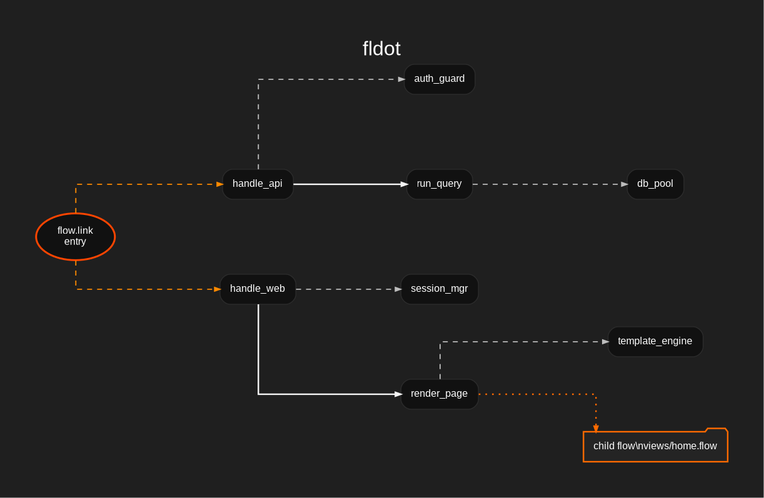
kaisarcode/fldot keeps this Graphviz diagram as etc/example.png. Above is the earlier version. Its source is kept beside it as etc/example.dot. Source of this version:
```dot
digraph "fldot" {
  graph [rankdir=LR, bgcolor="#1f1f1f", fontname="Arial", fontcolor="#ffffff", label="fldot", labelloc=t, fontsize=24, pad=0.6, nodesep=1.25, ranksep=1.75, splines=ortho];
  node [shape=box, style="rounded,filled", fillcolor="#111111", color="#2c2c2c", fontname="Arial", fontcolor="#ffffff", fontsize=12, margin="0.16,0.10"];
  edge [arrowsize=0.65, penwidth=1.2];
"flow:entry" [label="flow.link\nentry", shape=oval, fillcolor="#111111", color="#ff4500", penwidth=2.2];
"node:handle_api" [label="handle_api"];
"node:auth_guard" [label="auth_guard"];
"node:run_query" [label="run_query"];
"node:handle_web" [label="handle_web"];
"node:session_mgr" [label="session_mgr"];
"node:render_page" [label="render_page"];
"node:db_pool" [label="db_pool"];
"node:template_engine" [label="template_engine"];
"file:views/home.flow" [label="child flow\\nviews/home.flow", shape=folder, fillcolor="#242424", color="#ff6a00", penwidth=1.8];
"flow:entry" -> "node:handle_api" [style=dashed, color="#ff8a00", penwidth=1.35];
"flow:entry" -> "node:handle_web" [style=dashed, color="#ff8a00", penwidth=1.35];
"node:handle_api" -> "node:auth_guard" [style=dashed, color="#bdbdbd", penwidth=1.35];
"node:handle_api" -> "node:run_query" [color="#f5f5f5", penwidth=1.8];
"node:handle_web" -> "node:session_mgr" [style=dashed, color="#bdbdbd", penwidth=1.35];
"node:handle_web" -> "node:render_page" [color="#f5f5f5", penwidth=1.8];
"node:run_query" -> "node:db_pool" [style=dashed, color="#bdbdbd", penwidth=1.35];
"node:render_page" -> "file:views/home.flow" [style=dotted, color="#ff6a00", penwidth=1.8];
"node:render_page" -> "node:template_engine" [style=dashed, color="#bdbdbd", penwidth=1.35];
}
```
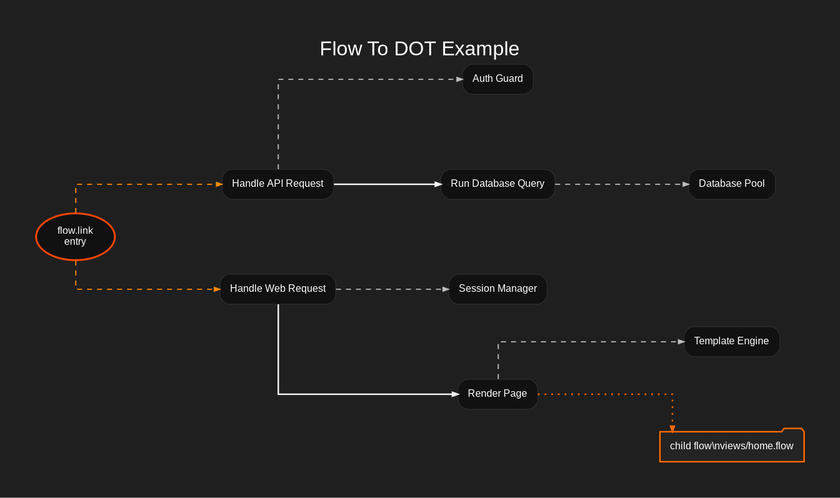
After the commit.

Commit message:
docs: add metadata section to README and enhance example files with metadata titles

Change to the diagram source:
```diff
@@ -1,24 +1,24 @@
 digraph "fldot" {
-  graph [rankdir=LR, bgcolor="#1f1f1f", fontname="Arial", fontcolor="#ffffff", label="fldot", labelloc=t, fontsize=24, pad=0.6, nodesep=1.25, ranksep=1.75, splines=ortho];
-  node [shape=box, style="rounded,filled", fillcolor="#111111", color="#2c2c2c", fontname="Arial", fontcolor="#ffffff", fontsize=12, margin="0.16,0.10"];
+  graph [rankdir="LR", bgcolor="#1f1f1f", fontname="Arial", fontcolor="#ffffff", label="Flow To DOT Example", labelloc=t, fontsize=24, pad=0.6, nodesep=1.25, ranksep=1.75, splines="ortho"];
+  node [shape="box", style="rounded,filled", fillcolor="#111111", color="#2c2c2c", fontname="Arial", fontcolor="#ffffff", fontsize=12, margin="0.16,0.10"];
   edge [arrowsize=0.65, penwidth=1.2];
-"flow:entry" [label="flow.link\nentry", shape=oval, fillcolor="#111111", color="#ff4500", penwidth=2.2];
-"node:handle_api" [label="handle_api"];
-"node:auth_guard" [label="auth_guard"];
-"node:run_query" [label="run_query"];
-"node:handle_web" [label="handle_web"];
-"node:session_mgr" [label="session_mgr"];
-"node:render_page" [label="render_page"];
-"node:db_pool" [label="db_pool"];
-"node:template_engine" [label="template_engine"];
-"file:views/home.flow" [label="child flow\\nviews/home.flow", shape=folder, fillcolor="#242424", color="#ff6a00", penwidth=1.8];
-"flow:entry" -> "node:handle_api" [style=dashed, color="#ff8a00", penwidth=1.35];
-"flow:entry" -> "node:handle_web" [style=dashed, color="#ff8a00", penwidth=1.35];
-"node:handle_api" -> "node:auth_guard" [style=dashed, color="#bdbdbd", penwidth=1.35];
-"node:handle_api" -> "node:run_query" [color="#f5f5f5", penwidth=1.8];
-"node:handle_web" -> "node:session_mgr" [style=dashed, color="#bdbdbd", penwidth=1.35];
-"node:handle_web" -> "node:render_page" [color="#f5f5f5", penwidth=1.8];
-"node:run_query" -> "node:db_pool" [style=dashed, color="#bdbdbd", penwidth=1.35];
-"node:render_page" -> "file:views/home.flow" [style=dotted, color="#ff6a00", penwidth=1.8];
-"node:render_page" -> "node:template_engine" [style=dashed, color="#bdbdbd", penwidth=1.35];
+"flow:entry" [label="flow.link\nentry", shape="oval", fillcolor="#111111", color="#ff4500", penwidth=2.2];
+"node:handle_api" [label="Handle API Request"];
+"node:auth_guard" [label="Auth Guard"];
+"node:run_query" [label="Run Database Query"];
+"node:handle_web" [label="Handle Web Request"];
+"node:session_mgr" [label="Session Manager"];
+"node:render_page" [label="Render Page"];
+"node:db_pool" [label="Database Pool"];
+"node:template_engine" [label="Template Engine"];
+"file:views/home.flow" [label="child flow\\nviews/home.flow", shape="folder", fillcolor="#242424", color="#ff6a00", penwidth=1.8];
+"flow:entry" -> "node:handle_api" [style="dashed", color="#ff8a00", penwidth=1.35];
+"flow:entry" -> "node:handle_web" [style="dashed", color="#ff8a00", penwidth=1.35];
+"node:handle_api" -> "node:auth_guard" [style="dashed", color="#bdbdbd", penwidth=1.35];
+"node:handle_api" -> "node:run_query" [style="solid", color="#f5f5f5", penwidth=1.8];
+"node:handle_web" -> "node:session_mgr" [style="dashed", color="#bdbdbd", penwidth=1.35];
+"node:handle_web" -> "node:render_page" [style="solid", color="#f5f5f5", penwidth=1.8];
+"node:run_query" -> "node:db_pool" [style="dashed", color="#bdbdbd", penwidth=1.35];
+"node:render_page" -> "file:views/home.flow" [style="dotted", color="#ff6a00", penwidth=1.8];
+"node:render_page" -> "node:template_engine" [style="dashed", color="#bdbdbd", penwidth=1.35];
 }
```
